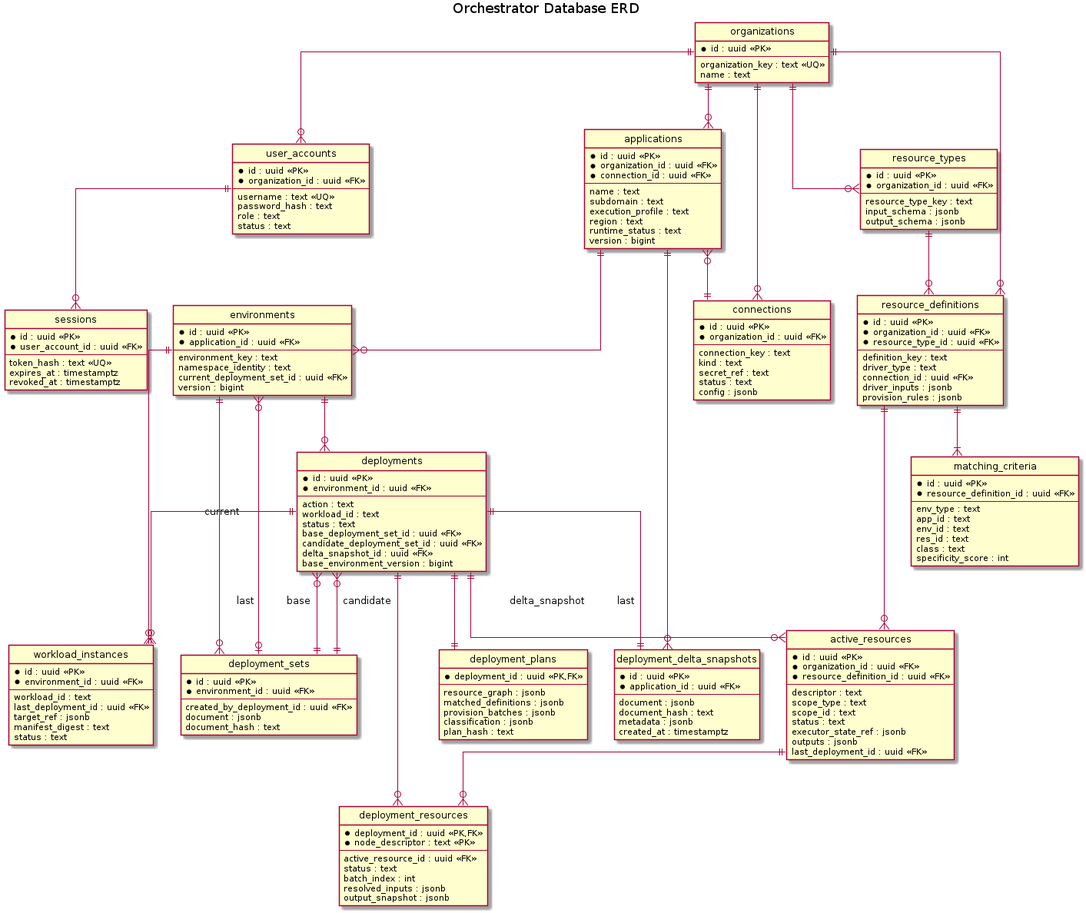
The PlantUML diagram orchestrator_docs/architecture/database/erd.png in pr3s3nt/poc, before a commit. Its source is kept beside it as orchestrator_docs/architecture/database/erd.puml.
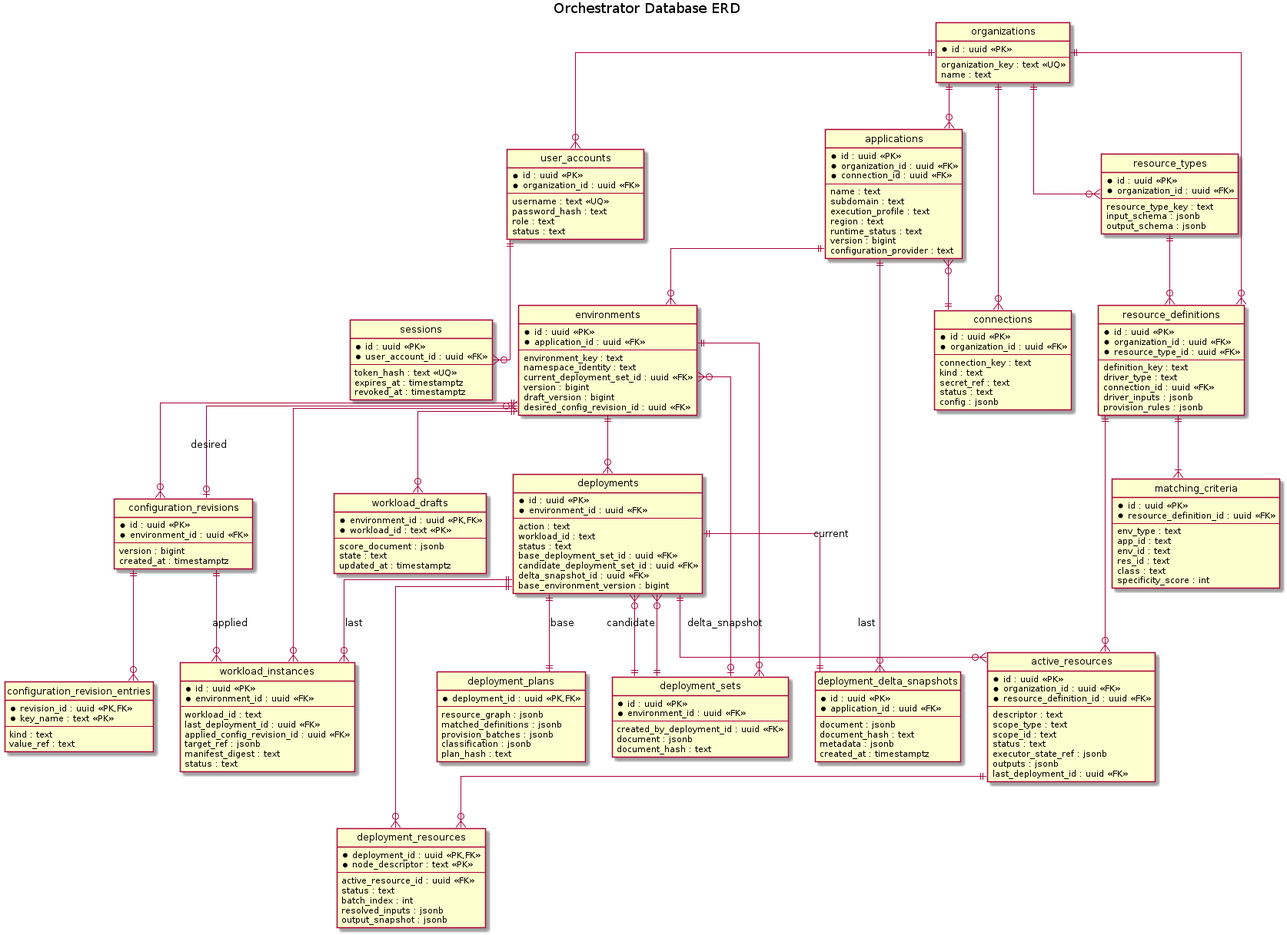
The same file after the commit.

The edit, as a diff of the source:
```diff
@@ -47,6 +47,7 @@
   region : text
   runtime_status : text
   version : bigint
+  configuration_provider : text
 }
 entity environments {
   * id : uuid <<PK>>
@@ -56,6 +57,30 @@
   namespace_identity : text
   current_deployment_set_id : uuid <<FK>>
   version : bigint
+  draft_version : bigint
+  desired_config_revision_id : uuid <<FK>>
+}
+entity configuration_revisions {
+  * id : uuid <<PK>>
+  * environment_id : uuid <<FK>>
+  --
+  version : bigint
+  created_at : timestamptz
+}
+entity configuration_revision_entries {
+  * revision_id : uuid <<PK,FK>>
+  * key_name : text <<PK>>
+  --
+  kind : text
+  value_ref : text
+}
+entity workload_drafts {
+  * environment_id : uuid <<PK,FK>>
+  * workload_id : text <<PK>>
+  --
+  score_document : jsonb
+  state : text
+  updated_at : timestamptz
 }
 entity resource_types {
   * id : uuid <<PK>>
@@ -154,6 +179,7 @@
   --
   workload_id : text
   last_deployment_id : uuid <<FK>>
+  applied_config_revision_id : uuid <<FK>>
   target_ref : jsonb
   manifest_digest : text
   status : text
@@ -171,6 +197,11 @@
 environments ||--o{ deployment_sets
 environments ||--o{ deployments
 environments ||--o{ workload_instances
+environments ||--o{ configuration_revisions
+environments ||--o{ workload_drafts
+environments }o--o| configuration_revisions : desired
+configuration_revisions ||--o{ configuration_revision_entries
+configuration_revisions ||--o{ workload_instances : applied
 environments }o--o| deployment_sets : current
 resource_types ||--o{ resource_definitions
 resource_definitions ||--|{ matching_criteria
```
